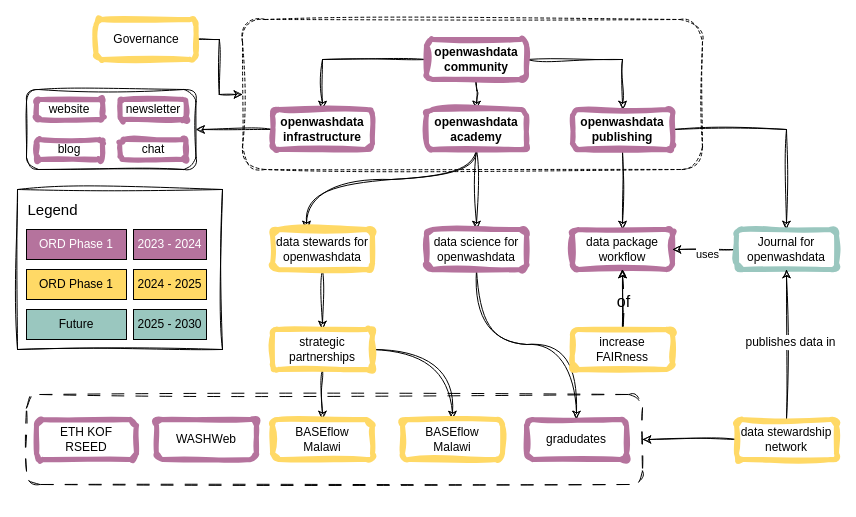
Before: pages/gallery/openwashdata-organogram.drawio in openwashdata/website, a draw.io diagram. Source tidied: cells renumbered, new cells numbered last; positions are measured from the earlier drawing's top-left corner, leaving out a move shared by most shapes. Both pictures are drawn from the tidied source at 100%, with x=0, y=0 at pixel (17, 19).
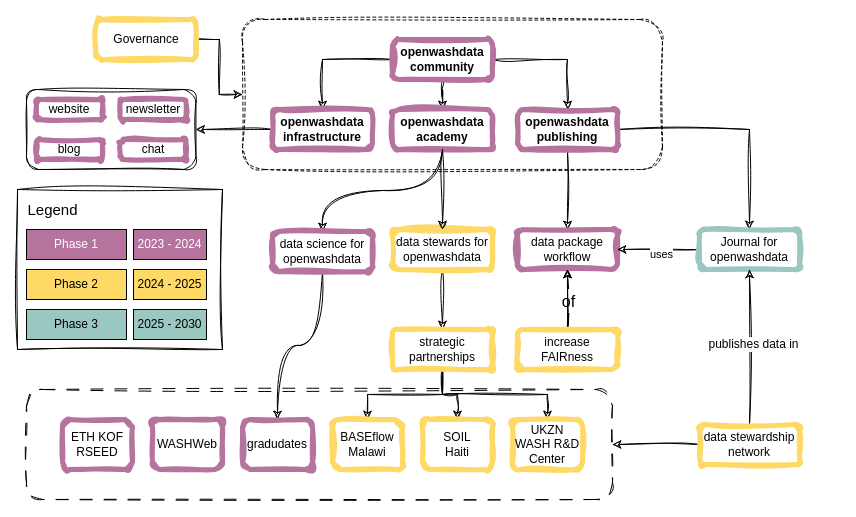
Above is the later version.

The edit, as a diff of the source:
```diff
@@
+    <mxCell id="3" style="rounded=1;whiteSpace=wrap;html=1;sketch=1;hachureGap=4;jiggle=2;curveFitting=1;fontFamily=Architects Daughter;fontSize=20;fillColor=none;dashed=1;dashPattern=12 12;" parent="1" vertex="1">
+      <mxGeometry x="9" y="370" width="586" height="110" as="geometry" />
+    </mxCell>
+    <mxCell id="52" style="rounded=1;whiteSpace=wrap;html=1;sketch=1;hachureGap=4;jiggle=2;curveFitting=1;fontFamily=Architects Daughter;fontSize=20;fillColor=none;dashed=1;" parent="1" vertex="1">
+      <mxGeometry x="225" width="420" height="150" as="geometry" />
+    </mxCell>
@@
-    <mxCell id="3" style="rounded=1;whiteSpace=wrap;html=1;sketch=1;hachureGap=4;jiggle=2;curveFitting=1;fontFamily=Architects Daughter;fontSize=20;fillColor=none;dashed=1;dashPattern=12 12;" parent="1" vertex="1">
-      <mxGeometry x="9" y="375" width="616" height="90" as="geometry" />
-    </mxCell>
@@
-    <mxCell id="7" style="edgeStyle=orthogonalEdgeStyle;rounded=0;sketch=1;hachureGap=4;jiggle=2;curveFitting=1;jettySize=auto;html=1;fontFamily=Architects Daughter;fontSize=16;" parent="1" edge="1" target="18">
-      <mxGeometry relative="1" as="geometry">
-        <mxPoint x="459" y="50" as="sourcePoint" />
-      </mxGeometry>
-    </mxCell>
+    <mxCell id="55" style="edgeStyle=orthogonalEdgeStyle;rounded=0;sketch=1;hachureGap=4;jiggle=2;curveFitting=1;jettySize=auto;html=1;" parent="1" edge="1" source="8" target="18">
+      <mxGeometry relative="1" as="geometry" />
+    </mxCell>
     <mxCell id="8" value="openwashdata&lt;br&gt;community" style="rounded=1;whiteSpace=wrap;html=1;strokeColor=#B5739D;shadow=0;strokeWidth=5;sketch=1;curveFitting=1;jiggle=2;fontStyle=1;" parent="1" vertex="1">
-      <mxGeometry x="409" y="20" width="100" height="40" as="geometry" />
+      <mxGeometry x="375" y="20" width="100" height="40" as="geometry" />
     </mxCell>
-    <mxCell id="9" value="ORD Phase 1" style="rounded=0;whiteSpace=wrap;html=1;fillColor=#FFD966;" parent="1" vertex="1">
+    <mxCell id="9" value="Phase 2" style="rounded=0;whiteSpace=wrap;html=1;fillColor=#FFD966;" parent="1" vertex="1">
       <mxGeometry x="9" y="250" width="100" height="30" as="geometry" />
     </mxCell>
-    <mxCell id="10" value="Future" style="rounded=0;whiteSpace=wrap;html=1;fillColor=#9AC7BF;" parent="1" vertex="1">
+    <mxCell id="10" value="Phase 3" style="rounded=0;whiteSpace=wrap;html=1;fillColor=#9AC7BF;" parent="1" vertex="1">
       <mxGeometry x="9" y="290" width="100" height="30" as="geometry" />
     </mxCell>
@@
-    <mxCell id="16" style="edgeStyle=orthogonalEdgeStyle;rounded=0;sketch=1;hachureGap=4;jiggle=2;curveFitting=1;jettySize=auto;html=1;fontFamily=Architects Daughter;fontSize=16;curved=1;" parent="1" edge="1" source="18" target="34">
-      <mxGeometry relative="1" as="geometry">
-        <Array as="points">
-          <mxPoint x="459" y="160" />
-          <mxPoint x="289" y="160" />
-        </Array>
-      </mxGeometry>
-    </mxCell>
-    <mxCell id="17" style="edgeStyle=orthogonalEdgeStyle;rounded=0;sketch=1;hachureGap=4;jiggle=2;curveFitting=1;jettySize=auto;html=1;fontFamily=Architects Daughter;fontSize=16;" parent="1" edge="1" source="18" target="20">
+    <mxCell id="17" style="edgeStyle=orthogonalEdgeStyle;rounded=0;sketch=1;hachureGap=4;jiggle=2;curveFitting=1;jettySize=auto;html=1;entryX=0.5;entryY=0;entryDx=0;entryDy=0;exitX=0.5;exitY=1;exitDx=0;exitDy=0;curved=1;" parent="1" edge="1" source="18" target="20">
       <mxGeometry relative="1" as="geometry" />
     </mxCell>
     <mxCell id="18" value="openwashdata&lt;br&gt;academy" style="rounded=1;whiteSpace=wrap;html=1;strokeColor=#B5739D;shadow=0;strokeWidth=5;sketch=1;curveFitting=1;jiggle=2;fontStyle=1;" parent="1" vertex="1">
-      <mxGeometry x="409" y="90" width="100" height="40" as="geometry" />
+      <mxGeometry x="375" y="90" width="100" height="40" as="geometry" />
     </mxCell>
@@
     <mxCell id="20" value="data science for&lt;br&gt;openwashdata" style="rounded=1;whiteSpace=wrap;html=1;strokeColor=#B5739D;shadow=0;strokeWidth=5;sketch=1;curveFitting=1;jiggle=2;" parent="1" vertex="1">
-      <mxGeometry x="409" y="210" width="100" height="40" as="geometry" />
+      <mxGeometry x="255" y="212" width="100" height="40" as="geometry" />
     </mxCell>
     <mxCell id="21" value="gradudates" style="rounded=1;whiteSpace=wrap;html=1;strokeColor=#B5739D;shadow=0;strokeWidth=5;sketch=1;curveFitting=1;jiggle=2;" parent="1" vertex="1">
-      <mxGeometry x="509" y="400" width="100" height="40" as="geometry" />
+      <mxGeometry x="225" y="400" width="70" height="50" as="geometry" />
     </mxCell>
@@
     <mxCell id="24" value="openwashdata&lt;br&gt;publishing" style="rounded=1;whiteSpace=wrap;html=1;strokeColor=#B5739D;shadow=0;strokeWidth=5;sketch=1;curveFitting=1;jiggle=2;fontStyle=1;" parent="1" vertex="1">
-      <mxGeometry x="555" y="90" width="100" height="40" as="geometry" />
+      <mxGeometry x="500" y="90" width="100" height="40" as="geometry" />
     </mxCell>
     <mxCell id="25" value="data package workflow" style="rounded=1;whiteSpace=wrap;html=1;strokeColor=#B5739D;shadow=0;strokeWidth=5;sketch=1;curveFitting=1;jiggle=2;" parent="1" vertex="1">
-      <mxGeometry x="555" y="210" width="100" height="40" as="geometry" />
+      <mxGeometry x="500" y="210" width="100" height="40" as="geometry" />
     </mxCell>
@@
     <mxCell id="28" value="Journal for &lt;br&gt;openwashdata" style="rounded=1;whiteSpace=wrap;html=1;strokeColor=#9AC7BF;shadow=0;strokeWidth=5;sketch=1;curveFitting=1;jiggle=2;" parent="1" vertex="1">
-      <mxGeometry x="719" y="210" width="100" height="40" as="geometry" />
+      <mxGeometry x="682" y="210" width="100" height="40" as="geometry" />
     </mxCell>
@@
     <mxCell id="32" value="increase FAIRness" style="rounded=1;whiteSpace=wrap;html=1;strokeColor=#FFD966;shadow=0;strokeWidth=5;sketch=1;curveFitting=1;jiggle=2;" parent="1" vertex="1">
-      <mxGeometry x="555" y="310" width="100" height="40" as="geometry" />
+      <mxGeometry x="500" y="310" width="100" height="40" as="geometry" />
     </mxCell>
@@
     <mxCell id="34" value="data stewards for openwashdata" style="rounded=1;whiteSpace=wrap;html=1;strokeColor=#FFD966;shadow=0;strokeWidth=5;sketch=1;curveFitting=1;jiggle=2;" parent="1" vertex="1">
-      <mxGeometry x="255" y="210" width="100" height="40" as="geometry" />
+      <mxGeometry x="375" y="210" width="100" height="40" as="geometry" />
     </mxCell>
+    <mxCell id="56" style="edgeStyle=orthogonalEdgeStyle;rounded=0;sketch=1;hachureGap=4;jiggle=2;curveFitting=1;jettySize=auto;html=1;exitX=0.5;exitY=1;exitDx=0;exitDy=0;" parent="1" edge="1" source="37" target="57">
+      <mxGeometry relative="1" as="geometry" />
+    </mxCell>
+    <mxCell id="36" style="edgeStyle=orthogonalEdgeStyle;rounded=0;sketch=1;hachureGap=4;jiggle=2;curveFitting=1;jettySize=auto;html=1;exitX=0.5;exitY=1;exitDx=0;exitDy=0;entryX=0.5;entryY=0;entryDx=0;entryDy=0;" parent="1" edge="1" source="37" target="39">
+      <mxGeometry relative="1" as="geometry" />
+    </mxCell>
-    <mxCell id="35" style="edgeStyle=orthogonalEdgeStyle;rounded=0;sketch=1;hachureGap=4;jiggle=2;curveFitting=1;jettySize=auto;html=1;fontFamily=Architects Daughter;fontSize=16;exitX=0.5;exitY=1;exitDx=0;exitDy=0;" parent="1" edge="1" source="37" target="38">
+    <mxCell id="35" style="edgeStyle=orthogonalEdgeStyle;rounded=0;sketch=1;hachureGap=4;jiggle=2;curveFitting=1;jettySize=auto;html=1;entryX=0.5;entryY=0;entryDx=0;entryDy=0;exitX=0.5;exitY=1;exitDx=0;exitDy=0;" parent="1" edge="1" source="37" target="38">
       <mxGeometry relative="1" as="geometry" />
     </mxCell>
-    <mxCell id="36" style="edgeStyle=orthogonalEdgeStyle;rounded=0;sketch=1;hachureGap=4;jiggle=2;curveFitting=1;jettySize=auto;html=1;fontFamily=Architects Daughter;fontSize=16;curved=1;exitX=1;exitY=0.5;exitDx=0;exitDy=0;entryX=0.5;entryY=0;entryDx=0;entryDy=0;" parent="1" edge="1" source="37" target="39">
-      <mxGeometry relative="1" as="geometry">
-        <Array as="points">
-          <mxPoint x="435" y="330" />
-        </Array>
-      </mxGeometry>
-    </mxCell>
     <mxCell id="37" value="strategic partnerships" style="rounded=1;whiteSpace=wrap;html=1;strokeColor=#FFD966;shadow=0;strokeWidth=5;sketch=1;curveFitting=1;jiggle=2;" parent="1" vertex="1">
-      <mxGeometry x="255" y="310" width="100" height="40" as="geometry" />
+      <mxGeometry x="375" y="310" width="100" height="40" as="geometry" />
     </mxCell>
     <mxCell id="38" value="BASEflow&lt;br&gt;Malawi" style="rounded=1;whiteSpace=wrap;html=1;strokeColor=#FFD966;shadow=0;strokeWidth=5;sketch=1;curveFitting=1;jiggle=2;" parent="1" vertex="1">
-      <mxGeometry x="255" y="400" width="100" height="40" as="geometry" />
+      <mxGeometry x="315" y="400" width="70" height="50" as="geometry" />
     </mxCell>
-    <mxCell id="39" value="BASEflow&lt;br&gt;Malawi" style="rounded=1;whiteSpace=wrap;html=1;strokeColor=#FFD966;shadow=0;strokeWidth=5;sketch=1;curveFitting=1;jiggle=2;" parent="1" vertex="1">
-      <mxGeometry x="385" y="400" width="100" height="40" as="geometry" />
+    <mxCell id="39" value="UKZN WASH R&amp;amp;D Center" style="rounded=1;whiteSpace=wrap;html=1;strokeColor=#FFD966;shadow=0;strokeWidth=5;sketch=1;curveFitting=1;jiggle=2;" parent="1" vertex="1">
+      <mxGeometry x="495" y="400" width="70" height="50" as="geometry" />
     </mxCell>
     <mxCell id="40" value="WASHWeb" style="rounded=1;whiteSpace=wrap;html=1;strokeColor=#B5739D;shadow=0;strokeWidth=5;sketch=1;curveFitting=1;jiggle=2;" parent="1" vertex="1">
-      <mxGeometry x="139" y="400" width="100" height="40" as="geometry" />
+      <mxGeometry x="135" y="400" width="70" height="50" as="geometry" />
     </mxCell>
     <mxCell id="41" value="ETH KOF&lt;br&gt;RSEED" style="rounded=1;whiteSpace=wrap;html=1;strokeColor=#B5739D;shadow=0;strokeWidth=5;sketch=1;curveFitting=1;jiggle=2;" parent="1" vertex="1">
-      <mxGeometry x="19" y="400" width="100" height="40" as="geometry" />
+      <mxGeometry x="45" y="400" width="70" height="50" as="geometry" />
     </mxCell>
@@
     <mxCell id="45" value="data stewardship network" style="rounded=1;whiteSpace=wrap;html=1;strokeColor=#FFD966;shadow=0;strokeWidth=5;sketch=1;curveFitting=1;jiggle=2;" parent="1" vertex="1">
-      <mxGeometry x="719" y="400" width="100" height="40" as="geometry" />
+      <mxGeometry x="682" y="405" width="100" height="40" as="geometry" />
     </mxCell>
@@
-    <mxCell id="50" value="ORD Phase 1" style="rounded=0;whiteSpace=wrap;html=1;fillColor=#B5739D;fontColor=#FFFFFF;" parent="1" vertex="1">
+    <mxCell id="50" value="Phase 1" style="rounded=0;whiteSpace=wrap;html=1;fillColor=#B5739D;fontColor=#FFFFFF;" parent="1" vertex="1">
       <mxGeometry x="9" y="210" width="100" height="30" as="geometry" />
     </mxCell>
@@
-    <mxCell id="52" style="rounded=1;whiteSpace=wrap;html=1;sketch=1;hachureGap=4;jiggle=2;curveFitting=1;fontFamily=Architects Daughter;fontSize=20;fillColor=none;dashed=1;" parent="1" vertex="1">
-      <mxGeometry x="225" width="460" height="150" as="geometry" />
-    </mxCell>
@@
+    <mxCell id="16" style="edgeStyle=orthogonalEdgeStyle;rounded=0;sketch=1;hachureGap=4;jiggle=2;curveFitting=1;jettySize=auto;html=1;exitX=0.5;exitY=1;exitDx=0;exitDy=0;entryX=0.5;entryY=0;entryDx=0;entryDy=0;" parent="1" edge="1" source="18" target="34">
+      <mxGeometry relative="1" as="geometry" />
+    </mxCell>
+    <mxCell id="57" value="&lt;div&gt;SOIL&lt;/div&gt;Haiti" style="rounded=1;whiteSpace=wrap;html=1;strokeColor=#FFD966;shadow=0;strokeWidth=5;sketch=1;curveFitting=1;jiggle=2;" parent="1" vertex="1">
+      <mxGeometry x="405" y="400" width="70" height="50" as="geometry" />
+    </mxCell>
```
